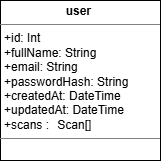
The draw.io diagram uploads/diagrams/sprint1classediagram.drawio.png in guizanimohamed23/report, before a commit. Source tidied: cells renumbered, new cells last; positions are measured from the earlier drawing's top-left corner, leaving out a move shared by most shapes. Source of this version:
```xml
<mxGraphModel>
  <root>
    <mxCell id="0" />
    <mxCell id="1" parent="0" />
    <mxCell id="2" value="&lt;p style=&quot;margin:0px;margin-top:4px;text-align:center;&quot;&gt;&lt;b&gt;user&amp;nbsp;&lt;/b&gt;&lt;/p&gt;&lt;hr size=&quot;1&quot; style=&quot;border-style:solid;&quot;&gt;&lt;p style=&quot;margin:0px;margin-left:4px;&quot;&gt;+id: Int&lt;/p&gt;&lt;p style=&quot;margin:0px;margin-left:4px;&quot;&gt;+fullName: String&lt;/p&gt;&lt;p style=&quot;margin:0px;margin-left:4px;&quot;&gt;+email: String&lt;/p&gt;&lt;p style=&quot;margin:0px;margin-left:4px;&quot;&gt;+passwordHash: String&lt;/p&gt;&lt;p style=&quot;margin:0px;margin-left:4px;&quot;&gt;+createdAt: DateTime&lt;/p&gt;&lt;p style=&quot;margin:0px;margin-left:4px;&quot;&gt;+updatedAt: DateTime&lt;/p&gt;&lt;p style=&quot;margin:0px;margin-left:4px;&quot;&gt;+scans :&amp;nbsp;&lt;span style=&quot;white-space: pre;&quot;&gt;&#9;&lt;/span&gt;&lt;span style=&quot;background-color: transparent;&quot;&gt;Scan[]&lt;/span&gt;&lt;/p&gt;&lt;hr size=&quot;1&quot; style=&quot;border-style:solid;&quot;&gt;&lt;p style=&quot;margin:0px;margin-left:4px;&quot;&gt;&lt;br&gt;&lt;/p&gt;" style="verticalAlign=top;align=left;overflow=fill;html=1;whiteSpace=wrap;" parent="1" vertex="1">
      <mxGeometry width="160" height="160" as="geometry" />
    </mxCell>
  </root>
</mxGraphModel>
```
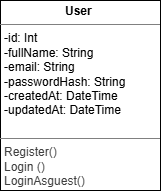
After the commit.

Change to the diagram source:
```diff
@@ -2,8 +2,8 @@
   <root>
     <mxCell id="0" />
     <mxCell id="1" parent="0" />
-    <mxCell id="2" value="&lt;p style=&quot;margin:0px;margin-top:4px;text-align:center;&quot;&gt;&lt;b&gt;user&amp;nbsp;&lt;/b&gt;&lt;/p&gt;&lt;hr size=&quot;1&quot; style=&quot;border-style:solid;&quot;&gt;&lt;p style=&quot;margin:0px;margin-left:4px;&quot;&gt;+id: Int&lt;/p&gt;&lt;p style=&quot;margin:0px;margin-left:4px;&quot;&gt;+fullName: String&lt;/p&gt;&lt;p style=&quot;margin:0px;margin-left:4px;&quot;&gt;+email: String&lt;/p&gt;&lt;p style=&quot;margin:0px;margin-left:4px;&quot;&gt;+passwordHash: String&lt;/p&gt;&lt;p style=&quot;margin:0px;margin-left:4px;&quot;&gt;+createdAt: DateTime&lt;/p&gt;&lt;p style=&quot;margin:0px;margin-left:4px;&quot;&gt;+updatedAt: DateTime&lt;/p&gt;&lt;p style=&quot;margin:0px;margin-left:4px;&quot;&gt;+scans :&amp;nbsp;&lt;span style=&quot;white-space: pre;&quot;&gt;&#9;&lt;/span&gt;&lt;span style=&quot;background-color: transparent;&quot;&gt;Scan[]&lt;/span&gt;&lt;/p&gt;&lt;hr size=&quot;1&quot; style=&quot;border-style:solid;&quot;&gt;&lt;p style=&quot;margin:0px;margin-left:4px;&quot;&gt;&lt;br&gt;&lt;/p&gt;" style="verticalAlign=top;align=left;overflow=fill;html=1;whiteSpace=wrap;" parent="1" vertex="1">
-      <mxGeometry width="160" height="160" as="geometry" />
+    <mxCell id="2" value="&lt;p style=&quot;margin:0px;margin-top:4px;text-align:center;&quot;&gt;&lt;b&gt;User&amp;nbsp;&lt;/b&gt;&lt;/p&gt;&lt;hr size=&quot;1&quot; style=&quot;border-style:solid;&quot;&gt;&lt;p style=&quot;margin:0px;margin-left:4px;&quot;&gt;-id: Int&lt;/p&gt;&lt;p style=&quot;margin:0px;margin-left:4px;&quot;&gt;-fullName: String&lt;/p&gt;&lt;p style=&quot;margin:0px;margin-left:4px;&quot;&gt;-email: String&lt;/p&gt;&lt;p style=&quot;margin:0px;margin-left:4px;&quot;&gt;-passwordHash: String&lt;/p&gt;&lt;p style=&quot;margin:0px;margin-left:4px;&quot;&gt;-createdAt: DateTime&lt;/p&gt;&lt;p style=&quot;margin:0px;margin-left:4px;&quot;&gt;-updatedAt: DateTime&lt;/p&gt;&lt;p style=&quot;margin:0px;margin-left:4px;&quot;&gt;&lt;br&gt;&lt;/p&gt;&lt;hr size=&quot;1&quot; style=&quot;border-style:solid;&quot;&gt;&lt;p style=&quot;color: rgb(63, 63, 63); scrollbar-color: rgb(226, 226, 226) rgb(251, 251, 251); margin: 0px 0px 0px 4px;&quot;&gt;Register()&lt;/p&gt;&lt;p style=&quot;color: rgb(63, 63, 63); scrollbar-color: rgb(226, 226, 226) rgb(251, 251, 251); margin: 0px 0px 0px 4px;&quot;&gt;Login ()&lt;/p&gt;&lt;p style=&quot;color: rgb(63, 63, 63); scrollbar-color: rgb(226, 226, 226) rgb(251, 251, 251); margin: 0px 0px 0px 4px;&quot;&gt;LoginAsguest()&lt;/p&gt;" style="verticalAlign=top;align=left;overflow=fill;html=1;whiteSpace=wrap;" parent="1" vertex="1">
+      <mxGeometry width="160" height="190" as="geometry" />
     </mxCell>
   </root>
 </mxGraphModel>
```
